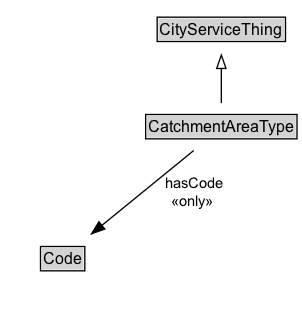
The Graphviz diagram docs/diagrams/CatchmentAreaType.dot.png in ISO-TC204/ontology-cdm-p2-v1, before a commit. Its source is kept beside it as docs/diagrams/CatchmentAreaType.dot. Its diagram source:
```dot
digraph {
	graph [overlap=false rankdir=TB splines=true]
	node [fontname=Arial fontsize=12 margin=0 shape=none]
	edge [fontname=Arial fontsize=11]
	{
		rank=max
		CatchmentAreaType [label=<<TABLE BORDER="1" CELLBORDER="0" CELLSPACING="0" CELLPADDING="1"><TR><TD BGCOLOR="lightgray" ALIGN="CENTER" PORT="e">CatchmentAreaType</TD></TR></TABLE>> URL="../CatchmentAreaType.md" margin=0]
	}
	subgraph cluster_associated {
		label="" style=invis
		Invis [label=<<TABLE BORDER="0" CELLBORDER="0" CELLSPACING="0" CELLPADDING="1"><TR><TD></TD></TR></TABLE>> margin=0 style=invis]
		Code [label=<<TABLE BORDER="1" CELLBORDER="0" CELLSPACING="0" CELLPADDING="1"><TR><TD BGCOLOR="lightgray" ALIGN="CENTER">Code</TD></TR></TABLE>> URL="../Code.md" margin=0]
	}
	CityServiceThing [label=<<TABLE BORDER="1" CELLBORDER="0" CELLSPACING="0" CELLPADDING="1"><TR><TD BGCOLOR="lightgray" ALIGN="CENTER">CityServiceThing</TD></TR></TABLE>> URL="../CityServiceThing.md" margin=0]
	CatchmentAreaType -> CityServiceThing [arrowhead=onormal style=solid]
	CatchmentAreaType -> Invis [style=invis]
	Invis -> Code [style=invis]
	CatchmentAreaType -> Code [label=" hasCode
 «only»  " arrowhead=normal style=solid]
}
```
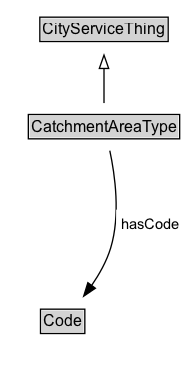
Above is the later version.

Change to the diagram source:
```diff
@@ -3,18 +3,21 @@
 	node [fontname=Arial fontsize=12 margin=0 shape=none]
 	edge [fontname=Arial fontsize=11]
 	{
+		rank=source
+		CityServiceThing [label=<<TABLE BORDER="1" CELLBORDER="0" CELLSPACING="0" CELLPADDING="1"><TR><TD BGCOLOR="lightgray" ALIGN="CENTER">CityServiceThing</TD></TR></TABLE>> URL="../CityServiceThing" margin=0]
+	}
+	CatchmentAreaType [label=<<TABLE BORDER="1" CELLBORDER="0" CELLSPACING="0" CELLPADDING="1"><TR><TD BGCOLOR="lightgray" ALIGN="CENTER">CatchmentAreaType</TD></TR></TABLE>> URL="../CatchmentAreaType" margin=0]
+	{
 		rank=max
-		CatchmentAreaType [label=<<TABLE BORDER="1" CELLBORDER="0" CELLSPACING="0" CELLPADDING="1"><TR><TD BGCOLOR="lightgray" ALIGN="CENTER" PORT="e">CatchmentAreaType</TD></TR></TABLE>> URL="../CatchmentAreaType.md" margin=0]
 	}
 	subgraph cluster_associated {
 		label="" style=invis
 		Invis [label=<<TABLE BORDER="0" CELLBORDER="0" CELLSPACING="0" CELLPADDING="1"><TR><TD></TD></TR></TABLE>> margin=0 style=invis]
-		Code [label=<<TABLE BORDER="1" CELLBORDER="0" CELLSPACING="0" CELLPADDING="1"><TR><TD BGCOLOR="lightgray" ALIGN="CENTER">Code</TD></TR></TABLE>> URL="../Code.md" margin=0]
+		Code [label=<<TABLE BORDER="1" CELLBORDER="0" CELLSPACING="0" CELLPADDING="1"><TR><TD BGCOLOR="lightgray" ALIGN="CENTER">Code</TD></TR></TABLE>> URL="../Code" margin=0]
 	}
-	CityServiceThing [label=<<TABLE BORDER="1" CELLBORDER="0" CELLSPACING="0" CELLPADDING="1"><TR><TD BGCOLOR="lightgray" ALIGN="CENTER">CityServiceThing</TD></TR></TABLE>> URL="../CityServiceThing.md" margin=0]
 	CatchmentAreaType -> CityServiceThing [arrowhead=onormal style=solid]
 	CatchmentAreaType -> Invis [style=invis]
 	Invis -> Code [style=invis]
-	CatchmentAreaType -> Code [label=" hasCode
- «only»  " arrowhead=normal style=solid]
+	Code [label=<<TABLE BORDER="1" CELLBORDER="0" CELLSPACING="0" CELLPADDING="1"><TR><TD BGCOLOR="lightgray" ALIGN="CENTER">Code</TD></TR></TABLE>> URL="../Code" margin=0]
+	CatchmentAreaType -> Code [label=<<TABLE BORDER="0" CELLBORDER="0" CELLSPACING="0" CELLPADDING="4" BGCOLOR="white"><TR><TD ALIGN="CENTER">hasCode</TD></TR></TABLE>> arrowhead=normal style=solid]
 }
```
